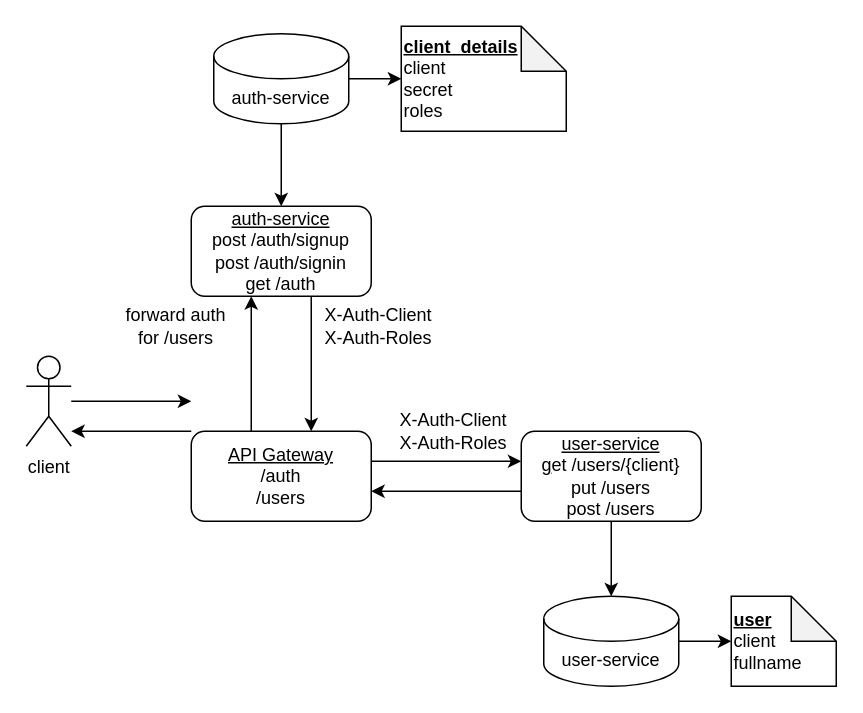
kuzmicheva-lyudmila/apigateway keeps this draw.io diagram as Untitled Diagram.drawio. Above is the earlier version. Source tidied: cells renumbered, new cells numbered last; positions are measured from the earlier drawing's top-left corner, leaving out a move shared by most shapes. Both pictures are drawn from the tidied source at 150%, with x=0, y=0 at pixel (26, 26).
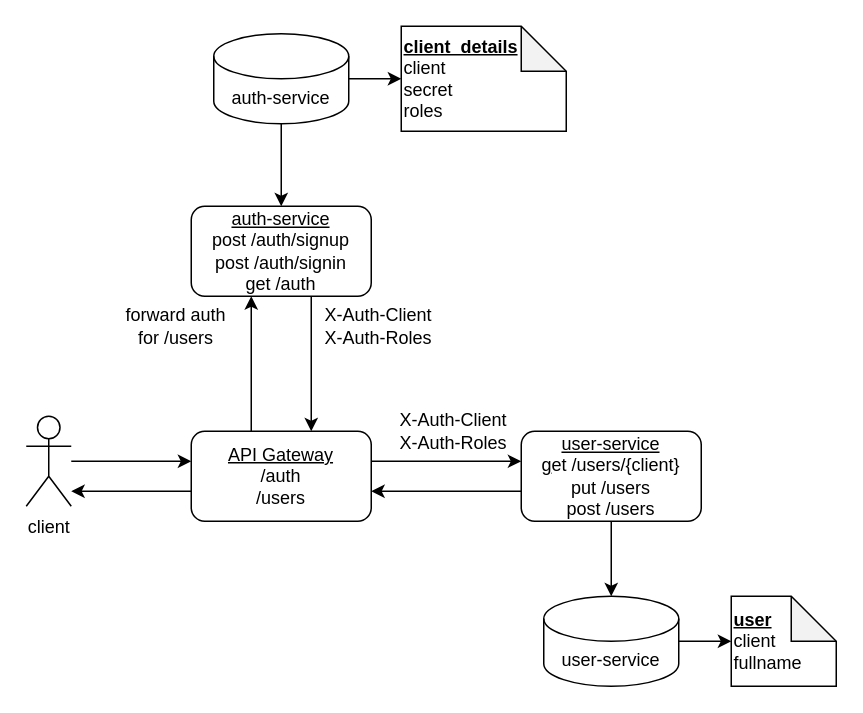
The same page after the edit.

Unchanged cells that the change refers to:
```xml
<mxCell id="5" value="&lt;u&gt;API Gateway&lt;/u&gt;&lt;br&gt;/auth&lt;br&gt;/users" style="rounded=1;whiteSpace=wrap;html=1;" parent="1" vertex="1">
  <mxGeometry x="110" y="270" width="120" height="60" as="geometry" />
</mxCell>
```

Diff of the diagram source:
```diff
@@
-    <mxCell id="4" style="edgeStyle=orthogonalEdgeStyle;rounded=0;jettySize=auto;html=1;" parent="1" edge="1" source="5" target="19">
+    <mxCell id="4" style="edgeStyle=orthogonalEdgeStyle;rounded=0;jettySize=auto;html=1;" parent="1" edge="1" target="19">
       <mxGeometry relative="1" as="geometry">
+        <mxPoint x="110" y="310" as="sourcePoint" />
         <Array as="points">
-          <mxPoint x="70" y="270" />
-          <mxPoint x="70" y="270" />
+          <mxPoint x="70" y="310" />
+          <mxPoint x="70" y="310" />
         </Array>
       </mxGeometry>
     </mxCell>
@@
     <mxCell id="18" style="edgeStyle=orthogonalEdgeStyle;rounded=0;orthogonalLoop=1;jettySize=auto;html=1;" parent="1" edge="1">
       <mxGeometry relative="1" as="geometry">
-        <mxPoint x="30" y="250" as="sourcePoint" />
-        <mxPoint x="110" y="250" as="targetPoint" />
+        <mxPoint x="30" y="290" as="sourcePoint" />
+        <mxPoint x="110" y="290" as="targetPoint" />
         <Array as="points">
-          <mxPoint x="30" y="250" />
-          <mxPoint x="110" y="250" />
+          <mxPoint x="30" y="290" />
+          <mxPoint x="110" y="290" />
         </Array>
       </mxGeometry>
     </mxCell>
     <mxCell id="19" value="client" style="shape=umlActor;verticalLabelPosition=bottom;verticalAlign=top;html=1;outlineConnect=0;" parent="1" vertex="1">
-      <mxGeometry y="220" width="30" height="60" as="geometry" />
+      <mxGeometry y="260" width="30" height="60" as="geometry" />
     </mxCell>
```
